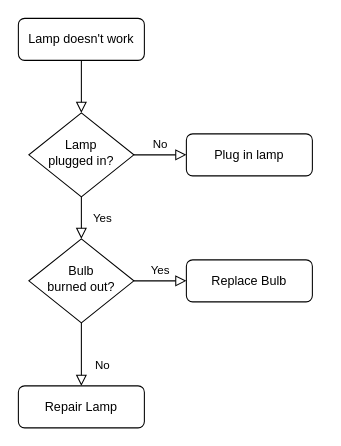
The draw.io diagram Diagram.drawio in otsuliini/FishStock, before the edit. Source tidied: cells renumbered, new cells numbered last; positions are measured from the earlier drawing's top-left corner, leaving out a move shared by most shapes. Both pictures are drawn from the tidied source at 105%, with x=0, y=0 at pixel (18, 18).
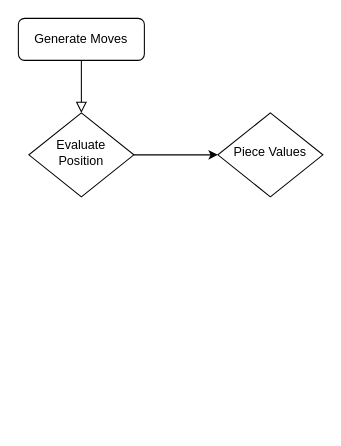
Above is the later version.

The edit, as a diff of the source:
```diff
@@
 <mxGraphModel>
   <root>
     <mxCell id="0" />
     <mxCell id="1" parent="0" />
     <mxCell id="2" style="rounded=0;html=1;jettySize=auto;fontSize=11;endArrow=block;endFill=0;endSize=8;strokeWidth=1;shadow=0;labelBackgroundColor=none;edgeStyle=orthogonalEdgeStyle;" parent="1" edge="1" source="3" target="6">
       <mxGeometry relative="1" as="geometry" />
     </mxCell>
-    <mxCell id="3" value="Lamp doesn't work" style="rounded=1;whiteSpace=wrap;html=1;fontSize=12;glass=0;strokeWidth=1;shadow=0;" parent="1" vertex="1">
+    <mxCell id="3" value="Generate Moves" style="rounded=1;whiteSpace=wrap;html=1;fontSize=12;glass=0;strokeWidth=1;shadow=0;" parent="1" vertex="1">
       <mxGeometry width="120" height="40" as="geometry" />
     </mxCell>
-    <mxCell id="4" value="Yes" style="rounded=0;html=1;jettySize=auto;fontSize=11;endArrow=block;endFill=0;endSize=8;strokeWidth=1;shadow=0;labelBackgroundColor=none;edgeStyle=orthogonalEdgeStyle;" parent="1" edge="1" source="6" target="10">
-      <mxGeometry y="20" relative="1" as="geometry" />
-    </mxCell>
-    <mxCell id="5" value="No" style="edgeStyle=orthogonalEdgeStyle;rounded=0;html=1;jettySize=auto;fontSize=11;endArrow=block;endFill=0;endSize=8;strokeWidth=1;shadow=0;labelBackgroundColor=none;" parent="1" edge="1" source="6" target="7">
-      <mxGeometry y="10" relative="1" as="geometry" />
-    </mxCell>
+    <mxCell id="13" style="edgeStyle=orthogonalEdgeStyle;rounded=0;jettySize=auto;html=1;" parent="1" edge="1" source="6" target="14">
+      <mxGeometry relative="1" as="geometry" />
+    </mxCell>
-    <mxCell id="6" value="Lamp&lt;br&gt;plugged in?" style="rhombus;whiteSpace=wrap;html=1;shadow=0;fontFamily=Helvetica;fontSize=12;align=center;strokeWidth=1;spacing=6;spacingTop=-4;" parent="1" vertex="1">
+    <mxCell id="6" value="Evaluate Position" style="rhombus;whiteSpace=wrap;html=1;shadow=0;fontFamily=Helvetica;fontSize=12;align=center;strokeWidth=1;spacing=6;spacingTop=-4;" parent="1" vertex="1">
       <mxGeometry x="10" y="90" width="100" height="80" as="geometry" />
     </mxCell>
-    <mxCell id="7" value="Plug in lamp" style="rounded=1;whiteSpace=wrap;html=1;fontSize=12;glass=0;strokeWidth=1;shadow=0;" parent="1" vertex="1">
-      <mxGeometry x="160" y="110" width="120" height="40" as="geometry" />
-    </mxCell>
-    <mxCell id="8" value="No" style="rounded=0;html=1;jettySize=auto;fontSize=11;endArrow=block;endFill=0;endSize=8;strokeWidth=1;shadow=0;labelBackgroundColor=none;edgeStyle=orthogonalEdgeStyle;" parent="1" edge="1" source="10" target="11">
-      <mxGeometry x="0.33" y="20" relative="1" as="geometry" />
-    </mxCell>
-    <mxCell id="9" value="Yes" style="edgeStyle=orthogonalEdgeStyle;rounded=0;html=1;jettySize=auto;fontSize=11;endArrow=block;endFill=0;endSize=8;strokeWidth=1;shadow=0;labelBackgroundColor=none;" parent="1" edge="1" source="10" target="12">
-      <mxGeometry y="10" relative="1" as="geometry" />
-    </mxCell>
-    <mxCell id="10" value="Bulb&lt;br&gt;burned out?" style="rhombus;whiteSpace=wrap;html=1;shadow=0;fontFamily=Helvetica;fontSize=12;align=center;strokeWidth=1;spacing=6;spacingTop=-4;" parent="1" vertex="1">
-      <mxGeometry x="10" y="210" width="100" height="80" as="geometry" />
-    </mxCell>
-    <mxCell id="11" value="Repair Lamp" style="rounded=1;whiteSpace=wrap;html=1;fontSize=12;glass=0;strokeWidth=1;shadow=0;" parent="1" vertex="1">
-      <mxGeometry y="350" width="120" height="40" as="geometry" />
-    </mxCell>
-    <mxCell id="12" value="Replace Bulb" style="rounded=1;whiteSpace=wrap;html=1;fontSize=12;glass=0;strokeWidth=1;shadow=0;" parent="1" vertex="1">
-      <mxGeometry x="160" y="230" width="120" height="40" as="geometry" />
-    </mxCell>
+    <mxCell id="14" value="Piece Values" style="rhombus;whiteSpace=wrap;html=1;shadow=0;fontFamily=Helvetica;fontSize=12;align=center;strokeWidth=1;spacing=6;spacingTop=-4;" parent="1" vertex="1">
+      <mxGeometry x="190" y="90" width="100" height="80" as="geometry" />
+    </mxCell>
   </root>
 </mxGraphModel>
```
